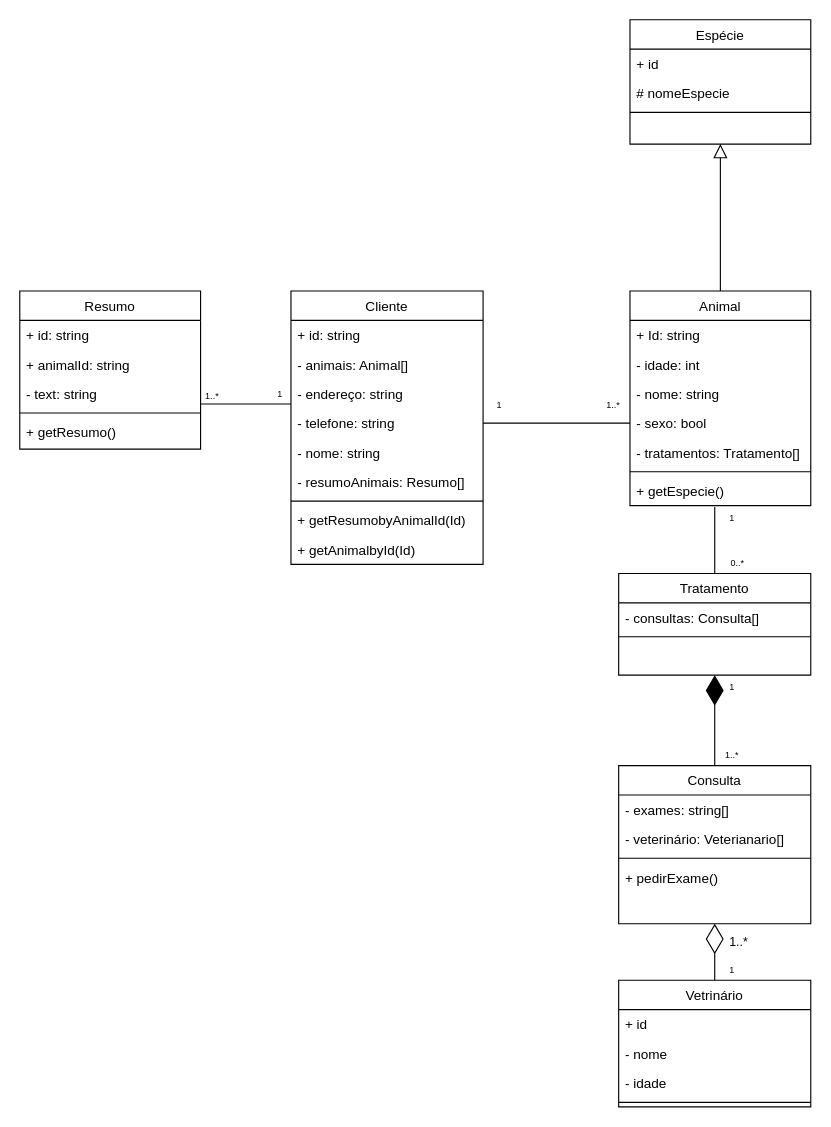
This is Untitled Diagram.drawio from hentt30/UML-ces22, a draw.io file, before an edit. Source tidied: cells renumbered, new cells numbered last; positions are measured from the earlier drawing's top-left corner, leaving out a move shared by most shapes. Both pictures are drawn from the tidied source at 113%, with x=0, y=0 at pixel (19, 19).
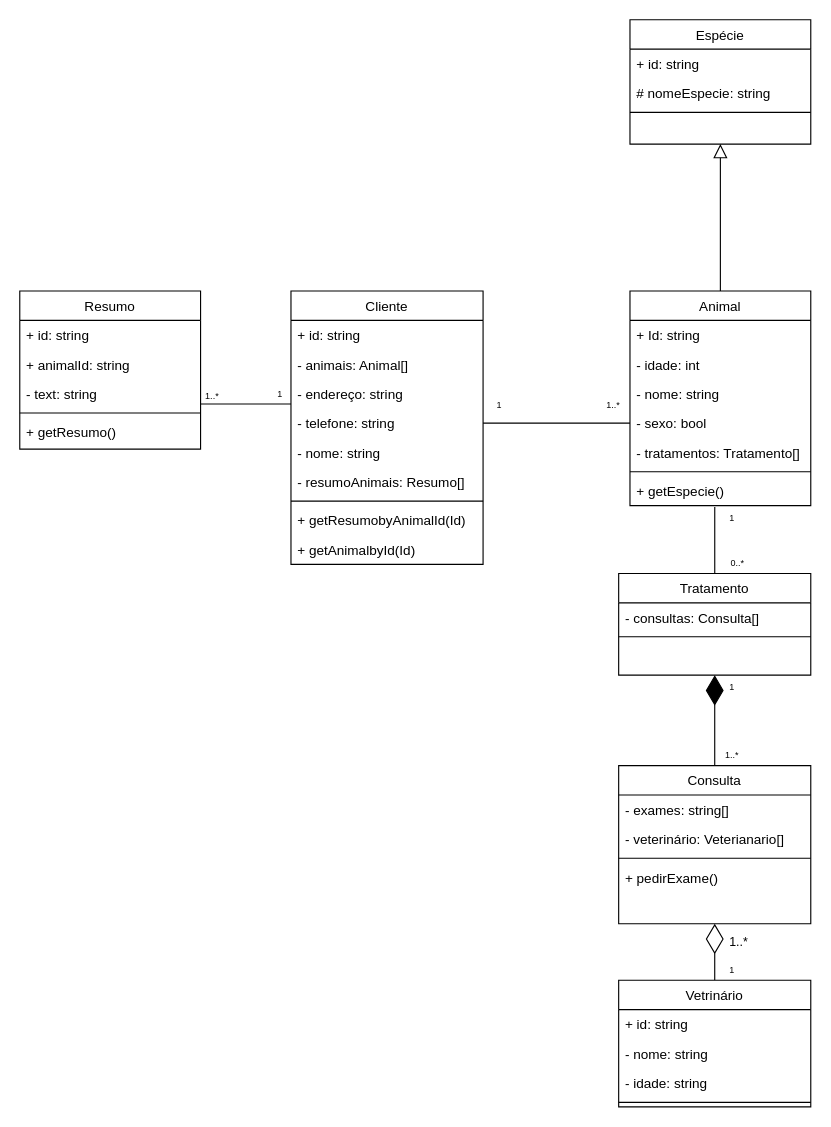
The same diagram, later.

Unchanged cells that the change refers to:
```xml
<mxCell id="21" value="Espécie" style="swimlane;fontStyle=0;align=center;verticalAlign=top;horizontal=1;startSize=26;rounded=0;shadow=0;strokeWidth=1;" parent="1" vertex="1">
  <mxGeometry x="540" width="160" height="110" as="geometry" />
</mxCell>
<mxCell id="52" value="Vetrinário" style="swimlane;fontStyle=0;align=center;verticalAlign=top;horizontal=1;startSize=26;rounded=0;shadow=0;strokeWidth=1;" parent="1" vertex="1">
  <mxGeometry x="530" y="850" width="170" height="112" as="geometry" />
</mxCell>
```

Diff of the diagram source:
```diff
@@
-    <mxCell id="22" value="+ id" style="text;align=left;verticalAlign=top;spacingLeft=4;spacingRight=4;overflow=hidden;" parent="21" vertex="1">
+    <mxCell id="22" value="+ id: string" style="text;align=left;verticalAlign=top;spacingLeft=4;spacingRight=4;overflow=hidden;" parent="21" vertex="1">
       <mxGeometry y="26" width="160" height="26" as="geometry" />
     </mxCell>
-    <mxCell id="23" value="# nomeEspecie" style="text;align=left;verticalAlign=top;spacingLeft=4;spacingRight=4;overflow=hidden;rounded=0;shadow=0;html=0;" parent="21" vertex="1">
+    <mxCell id="23" value="# nomeEspecie: string" style="text;align=left;verticalAlign=top;spacingLeft=4;spacingRight=4;overflow=hidden;rounded=0;shadow=0;html=0;" parent="21" vertex="1">
       <mxGeometry y="52" width="160" height="26" as="geometry" />
     </mxCell>
@@
-    <mxCell id="53" value="+ id" style="text;align=left;verticalAlign=top;spacingLeft=4;spacingRight=4;overflow=hidden;rounded=0;shadow=0;html=0;" parent="52" vertex="1">
+    <mxCell id="53" value="+ id: string" style="text;align=left;verticalAlign=top;spacingLeft=4;spacingRight=4;overflow=hidden;rounded=0;shadow=0;html=0;" parent="52" vertex="1">
       <mxGeometry y="26" width="170" height="26" as="geometry" />
     </mxCell>
-    <mxCell id="54" value="- nome" style="text;align=left;verticalAlign=top;spacingLeft=4;spacingRight=4;overflow=hidden;rounded=0;shadow=0;html=0;" parent="52" vertex="1">
+    <mxCell id="54" value="- nome: string" style="text;align=left;verticalAlign=top;spacingLeft=4;spacingRight=4;overflow=hidden;rounded=0;shadow=0;html=0;" parent="52" vertex="1">
       <mxGeometry y="52" width="170" height="26" as="geometry" />
     </mxCell>
-    <mxCell id="55" value="- idade" style="text;align=left;verticalAlign=top;spacingLeft=4;spacingRight=4;overflow=hidden;rounded=0;shadow=0;html=0;" parent="52" vertex="1">
+    <mxCell id="55" value="- idade: string" style="text;align=left;verticalAlign=top;spacingLeft=4;spacingRight=4;overflow=hidden;rounded=0;shadow=0;html=0;" parent="52" vertex="1">
       <mxGeometry y="78" width="170" height="26" as="geometry" />
     </mxCell>
```
